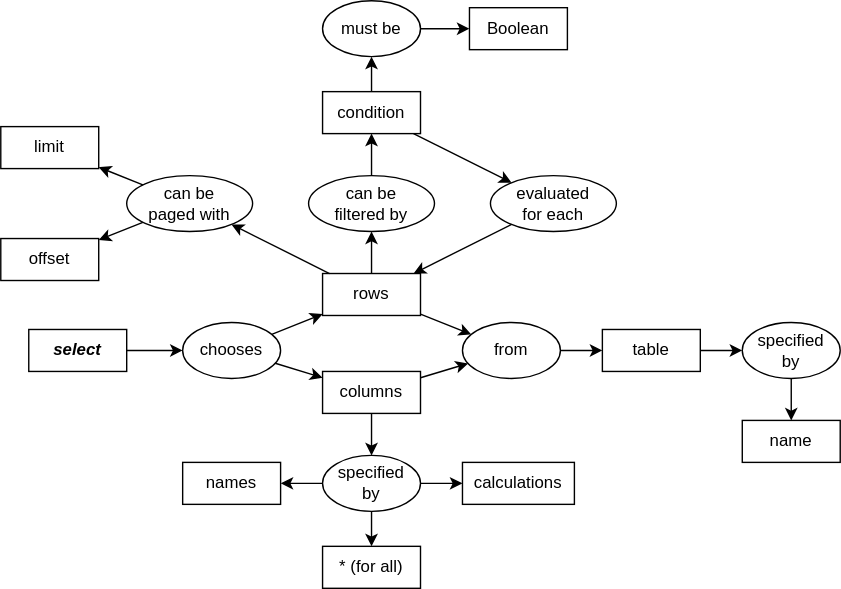
Above: img/concept_map_select.svg in gvwilson/sql-tutorial (draw.io), before the change. Source tidied: cells renumbered, new cells last; positions are measured from the earlier drawing's top-left corner, leaving out a move shared by most shapes.
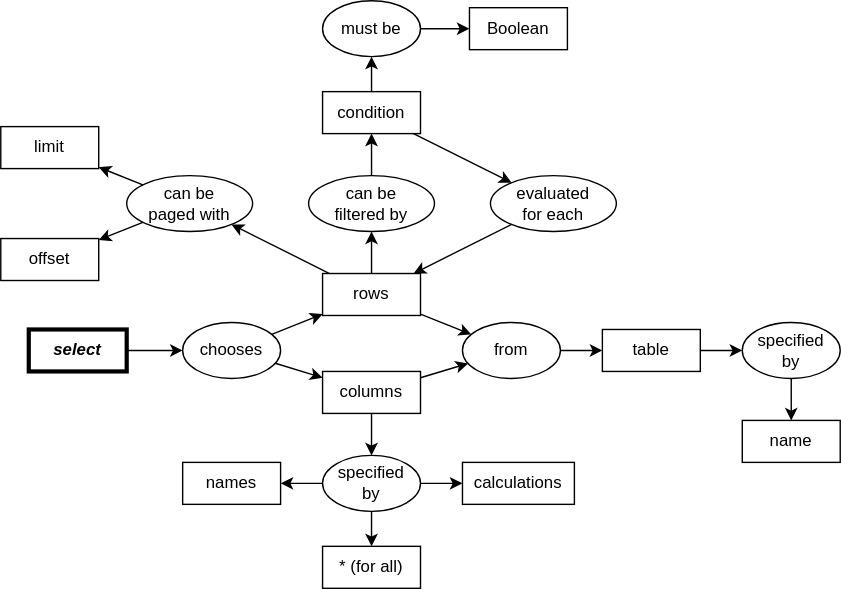
After the change.

Commit message:
feat: concept map for temporary tables

Change to the diagram source:
```diff
@@ -2,7 +2,7 @@
   <root>
     <mxCell id="0" />
     <mxCell id="1" parent="0" />
-    <mxCell id="2" value="&lt;i&gt;&lt;b&gt;select&lt;/b&gt;&lt;/i&gt;" style="rounded=0;whiteSpace=wrap;html=1;fillColor=none;" parent="1" vertex="1">
+    <mxCell id="2" value="&lt;i&gt;&lt;b&gt;select&lt;/b&gt;&lt;/i&gt;" style="rounded=0;whiteSpace=wrap;html=1;fillColor=none;strokeWidth=3;" parent="1" vertex="1">
       <mxGeometry x="20" y="235" width="70" height="30" as="geometry" />
     </mxCell>
     <mxCell id="3" value="rows" style="rounded=0;whiteSpace=wrap;html=1;fillColor=none;" parent="1" vertex="1">
```
